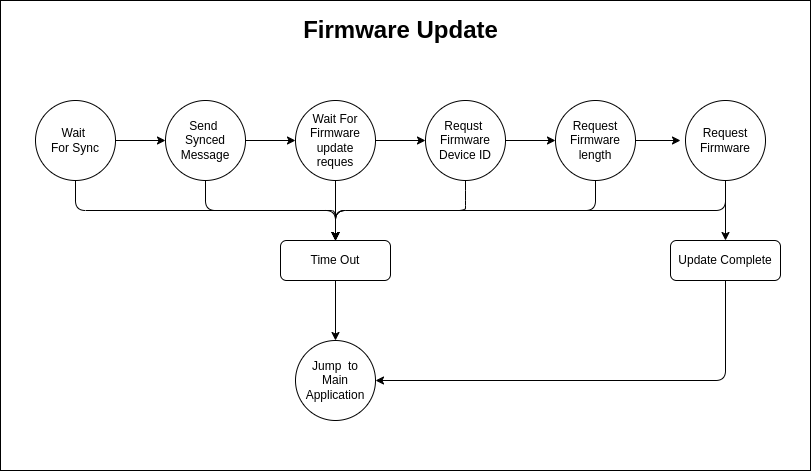
This is notes/FirmwareUpdate.png from charlesnorman/bare-metal-serias, a draw.io export, as it was before one commit. Source tidied: cells renumbered, new cells last; positions are measured from the earlier drawing's top-left corner, leaving out a move shared by most shapes. The source it was exported from:
```xml
<mxGraphModel>
  <root>
    <mxCell id="0" />
    <mxCell id="1" parent="0" />
    <mxCell id="2" style="rounded=0;whiteSpace=wrap;html=1;" parent="1" vertex="1">
      <mxGeometry width="810" height="470" as="geometry" />
    </mxCell>
    <mxCell id="3" value="Firmware Update" style="text;strokeColor=none;fillColor=none;html=1;fontSize=24;fontStyle=1;verticalAlign=middle;align=center;rounded=1;" parent="1" vertex="1">
      <mxGeometry x="350" y="10" width="100" height="40" as="geometry" />
    </mxCell>
    <mxCell id="4" style="edgeStyle=none;html=1;exitX=1;exitY=0.5;exitDx=0;exitDy=0;entryX=0;entryY=0.5;entryDx=0;entryDy=0;" parent="1" edge="1" source="6" target="9">
      <mxGeometry relative="1" as="geometry" />
    </mxCell>
    <mxCell id="5" style="edgeStyle=none;html=1;exitX=0.5;exitY=1;exitDx=0;exitDy=0;entryX=0.5;entryY=0;entryDx=0;entryDy=0;" parent="1" edge="1" source="6" target="23">
      <mxGeometry relative="1" as="geometry">
        <Array as="points">
          <mxPoint x="75" y="210" />
          <mxPoint x="335" y="210" />
        </Array>
      </mxGeometry>
    </mxCell>
    <mxCell id="6" value="Wait&amp;nbsp;&lt;br&gt;For Sync" style="ellipse;whiteSpace=wrap;html=1;rounded=1;" parent="1" vertex="1">
      <mxGeometry x="35" y="100" width="80" height="80" as="geometry" />
    </mxCell>
    <mxCell id="7" style="edgeStyle=none;html=1;exitX=1;exitY=0.5;exitDx=0;exitDy=0;entryX=0;entryY=0.5;entryDx=0;entryDy=0;" parent="1" edge="1" source="9" target="12">
      <mxGeometry relative="1" as="geometry" />
    </mxCell>
    <mxCell id="8" style="edgeStyle=none;html=1;exitX=0.5;exitY=1;exitDx=0;exitDy=0;entryX=0.5;entryY=0;entryDx=0;entryDy=0;" parent="1" edge="1" source="9" target="23">
      <mxGeometry relative="1" as="geometry">
        <Array as="points">
          <mxPoint x="205" y="210" />
          <mxPoint x="270" y="210" />
          <mxPoint x="300" y="210" />
          <mxPoint x="320" y="210" />
          <mxPoint x="335" y="210" />
        </Array>
      </mxGeometry>
    </mxCell>
    <mxCell id="9" value="Send&amp;nbsp;&lt;br&gt;Synced&lt;br&gt;Message" style="ellipse;whiteSpace=wrap;html=1;rounded=1;" parent="1" vertex="1">
      <mxGeometry x="165" y="100" width="80" height="80" as="geometry" />
    </mxCell>
    <mxCell id="10" style="edgeStyle=none;html=1;exitX=1;exitY=0.5;exitDx=0;exitDy=0;entryX=0;entryY=0.5;entryDx=0;entryDy=0;" parent="1" edge="1" source="12" target="15">
      <mxGeometry relative="1" as="geometry" />
    </mxCell>
    <mxCell id="11" style="edgeStyle=none;html=1;exitX=0.5;exitY=1;exitDx=0;exitDy=0;entryX=0.5;entryY=0;entryDx=0;entryDy=0;" parent="1" edge="1" source="12" target="23">
      <mxGeometry relative="1" as="geometry" />
    </mxCell>
    <mxCell id="12" value="Wait For&lt;br&gt;Firmware&lt;br&gt;update&lt;br&gt;reques" style="ellipse;whiteSpace=wrap;html=1;rounded=1;" parent="1" vertex="1">
      <mxGeometry x="295" y="100" width="80" height="80" as="geometry" />
    </mxCell>
    <mxCell id="13" style="edgeStyle=none;html=1;exitX=1;exitY=0.5;exitDx=0;exitDy=0;entryX=0;entryY=0.5;entryDx=0;entryDy=0;" parent="1" edge="1" source="15" target="18">
      <mxGeometry relative="1" as="geometry" />
    </mxCell>
    <mxCell id="14" style="edgeStyle=none;html=1;exitX=0.5;exitY=1;exitDx=0;exitDy=0;entryX=0.5;entryY=0;entryDx=0;entryDy=0;" parent="1" edge="1" source="15" target="23">
      <mxGeometry relative="1" as="geometry">
        <Array as="points">
          <mxPoint x="465" y="200" />
          <mxPoint x="465" y="210" />
          <mxPoint x="335" y="210" />
        </Array>
      </mxGeometry>
    </mxCell>
    <mxCell id="15" value="Requst&amp;nbsp;&lt;br&gt;Firmware&lt;br&gt;Device ID" style="ellipse;whiteSpace=wrap;html=1;rounded=1;" parent="1" vertex="1">
      <mxGeometry x="425" y="100" width="80" height="80" as="geometry" />
    </mxCell>
    <mxCell id="16" style="edgeStyle=none;html=1;exitX=1;exitY=0.5;exitDx=0;exitDy=0;" parent="1" edge="1" source="18">
      <mxGeometry relative="1" as="geometry">
        <mxPoint x="680" y="140" as="targetPoint" />
      </mxGeometry>
    </mxCell>
    <mxCell id="17" style="edgeStyle=none;html=1;exitX=0.5;exitY=1;exitDx=0;exitDy=0;entryX=0.5;entryY=0;entryDx=0;entryDy=0;" parent="1" edge="1" source="18" target="23">
      <mxGeometry relative="1" as="geometry">
        <Array as="points">
          <mxPoint x="595" y="210" />
          <mxPoint x="335" y="210" />
        </Array>
      </mxGeometry>
    </mxCell>
    <mxCell id="18" value="Request&lt;br&gt;Firmware&lt;br&gt;length" style="ellipse;whiteSpace=wrap;html=1;rounded=1;" parent="1" vertex="1">
      <mxGeometry x="555" y="100" width="80" height="80" as="geometry" />
    </mxCell>
    <mxCell id="19" style="edgeStyle=none;html=1;exitX=0.5;exitY=1;exitDx=0;exitDy=0;entryX=0.5;entryY=0;entryDx=0;entryDy=0;" parent="1" edge="1" source="21" target="23">
      <mxGeometry relative="1" as="geometry">
        <Array as="points">
          <mxPoint x="725" y="210" />
          <mxPoint x="335" y="210" />
        </Array>
      </mxGeometry>
    </mxCell>
    <mxCell id="20" style="edgeStyle=none;html=1;exitX=0.5;exitY=1;exitDx=0;exitDy=0;" parent="1" edge="1" source="21" target="26">
      <mxGeometry relative="1" as="geometry" />
    </mxCell>
    <mxCell id="21" value="Request&lt;br&gt;Firmware" style="ellipse;whiteSpace=wrap;html=1;rounded=1;" parent="1" vertex="1">
      <mxGeometry x="685" y="100" width="80" height="80" as="geometry" />
    </mxCell>
    <mxCell id="22" style="edgeStyle=none;html=1;exitX=0.5;exitY=1;exitDx=0;exitDy=0;entryX=0.5;entryY=0;entryDx=0;entryDy=0;" parent="1" edge="1" source="23" target="24">
      <mxGeometry relative="1" as="geometry" />
    </mxCell>
    <mxCell id="23" value="Time Out" style="rounded=1;whiteSpace=wrap;html=1;" parent="1" vertex="1">
      <mxGeometry x="280" y="240" width="110" height="40" as="geometry" />
    </mxCell>
    <mxCell id="24" value="Jump&amp;nbsp; to&lt;br&gt;Main&lt;br&gt;Application" style="ellipse;whiteSpace=wrap;html=1;rounded=1;" parent="1" vertex="1">
      <mxGeometry x="295" y="340" width="80" height="80" as="geometry" />
    </mxCell>
    <mxCell id="25" style="edgeStyle=none;html=1;exitX=0.5;exitY=1;exitDx=0;exitDy=0;entryX=1;entryY=0.5;entryDx=0;entryDy=0;" parent="1" edge="1" source="26" target="24">
      <mxGeometry relative="1" as="geometry">
        <Array as="points">
          <mxPoint x="725" y="380" />
        </Array>
      </mxGeometry>
    </mxCell>
    <mxCell id="26" value="Update Complete" style="rounded=1;whiteSpace=wrap;html=1;" parent="1" vertex="1">
      <mxGeometry x="670" y="240" width="110" height="40" as="geometry" />
    </mxCell>
  </root>
</mxGraphModel>
```
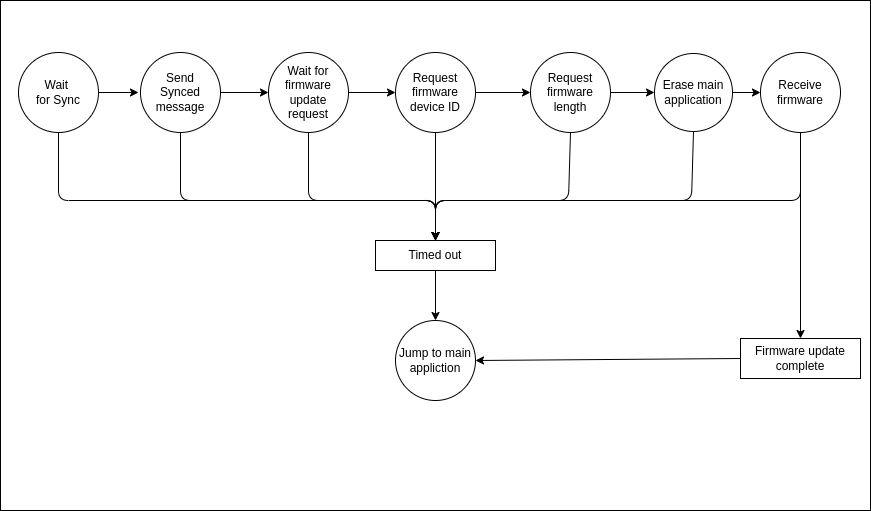
After the change.

The edit, as a diff of the source:
```diff
@@ -2,115 +2,119 @@
   <root>
     <mxCell id="0" />
     <mxCell id="1" parent="0" />
-    <mxCell id="2" style="rounded=0;whiteSpace=wrap;html=1;" parent="1" vertex="1">
-      <mxGeometry width="810" height="470" as="geometry" />
-    </mxCell>
+    <mxCell id="24" style="rounded=0;whiteSpace=wrap;html=1;" parent="1" vertex="1">
+      <mxGeometry x="-20" y="20" width="870" height="510" as="geometry" />
+    </mxCell>
+    <mxCell id="12" style="edgeStyle=none;html=1;exitX=0.5;exitY=1;exitDx=0;exitDy=0;entryX=0.5;entryY=0;entryDx=0;entryDy=0;" parent="1" edge="1" source="3" target="34">
+      <mxGeometry relative="1" as="geometry">
+        <Array as="points">
+          <mxPoint x="38" y="220" />
+          <mxPoint x="415" y="220" />
+        </Array>
+      </mxGeometry>
+    </mxCell>
+    <mxCell id="23" style="edgeStyle=none;html=1;exitX=1;exitY=0.5;exitDx=0;exitDy=0;" parent="1" edge="1" source="3">
+      <mxGeometry relative="1" as="geometry">
+        <mxPoint x="118" y="112" as="targetPoint" />
+      </mxGeometry>
+    </mxCell>
-    <mxCell id="3" value="Firmware Update" style="text;strokeColor=none;fillColor=none;html=1;fontSize=24;fontStyle=1;verticalAlign=middle;align=center;rounded=1;" parent="1" vertex="1">
-      <mxGeometry x="350" y="10" width="100" height="40" as="geometry" />
+    <mxCell id="3" value="Wait&amp;nbsp;&lt;br&gt;for Sync" style="ellipse;whiteSpace=wrap;html=1;" parent="1" vertex="1">
+      <mxGeometry x="-2" y="72" width="80" height="80" as="geometry" />
     </mxCell>
+    <mxCell id="15" style="edgeStyle=none;html=1;entryX=0.5;entryY=0;entryDx=0;entryDy=0;" parent="1" edge="1" source="28" target="34">
+      <mxGeometry relative="1" as="geometry">
+        <Array as="points">
+          <mxPoint x="160" y="220" />
+          <mxPoint x="415" y="220" />
+        </Array>
+      </mxGeometry>
+    </mxCell>
+    <mxCell id="27" style="edgeStyle=none;html=1;exitX=1;exitY=0.5;exitDx=0;exitDy=0;entryX=0;entryY=0.5;entryDx=0;entryDy=0;" parent="1" edge="1" source="28" target="29">
+      <mxGeometry relative="1" as="geometry" />
+    </mxCell>
+    <mxCell id="28" value="Send&lt;br&gt;Synced&lt;br&gt;message" style="ellipse;whiteSpace=wrap;html=1;" parent="1" vertex="1">
+      <mxGeometry x="120" y="72" width="80" height="80" as="geometry" />
+    </mxCell>
+    <mxCell id="21" style="edgeStyle=none;html=1;entryX=0.5;entryY=0;entryDx=0;entryDy=0;exitX=0.5;exitY=1;exitDx=0;exitDy=0;" parent="1" edge="1" source="29" target="34">
+      <mxGeometry relative="1" as="geometry">
+        <Array as="points">
+          <mxPoint x="288" y="220" />
+          <mxPoint x="415" y="220" />
+        </Array>
+      </mxGeometry>
+    </mxCell>
+    <mxCell id="17" style="edgeStyle=none;html=1;exitX=1;exitY=0.5;exitDx=0;exitDy=0;entryX=0;entryY=0.5;entryDx=0;entryDy=0;" parent="1" edge="1" source="29" target="36">
+      <mxGeometry relative="1" as="geometry" />
+    </mxCell>
+    <mxCell id="29" value="Wait for&lt;br&gt;firmware&lt;br&gt;update&lt;br&gt;request" style="ellipse;whiteSpace=wrap;html=1;" parent="1" vertex="1">
+      <mxGeometry x="248" y="72" width="80" height="80" as="geometry" />
+    </mxCell>
+    <mxCell id="18" style="edgeStyle=none;html=1;exitX=0.5;exitY=1;exitDx=0;exitDy=0;entryX=0.5;entryY=0;entryDx=0;entryDy=0;" parent="1" edge="1" source="31" target="34">
+      <mxGeometry relative="1" as="geometry">
+        <Array as="points">
+          <mxPoint x="548" y="220" />
+          <mxPoint x="476" y="220" />
+          <mxPoint x="415" y="220" />
+        </Array>
+      </mxGeometry>
+    </mxCell>
+    <mxCell id="30" style="edgeStyle=none;html=1;exitX=1;exitY=0.5;exitDx=0;exitDy=0;entryX=0;entryY=0.5;entryDx=0;entryDy=0;" parent="1" edge="1" source="31" target="32">
+      <mxGeometry relative="1" as="geometry" />
+    </mxCell>
+    <mxCell id="31" value="Request&lt;br&gt;firmware&lt;br&gt;length" style="ellipse;whiteSpace=wrap;html=1;" parent="1" vertex="1">
+      <mxGeometry x="510" y="72" width="80" height="80" as="geometry" />
+    </mxCell>
-    <mxCell id="4" style="edgeStyle=none;html=1;exitX=1;exitY=0.5;exitDx=0;exitDy=0;entryX=0;entryY=0.5;entryDx=0;entryDy=0;" parent="1" edge="1" source="6" target="9">
-      <mxGeometry relative="1" as="geometry" />
+    <mxCell id="4" style="edgeStyle=none;html=1;exitX=0.5;exitY=1;exitDx=0;exitDy=0;entryX=0.5;entryY=0;entryDx=0;entryDy=0;" parent="1" edge="1" source="32" target="34">
+      <mxGeometry relative="1" as="geometry">
+        <Array as="points">
+          <mxPoint x="671" y="220" />
+          <mxPoint x="415" y="220" />
+        </Array>
+      </mxGeometry>
     </mxCell>
-    <mxCell id="5" style="edgeStyle=none;html=1;exitX=0.5;exitY=1;exitDx=0;exitDy=0;entryX=0.5;entryY=0;entryDx=0;entryDy=0;" parent="1" edge="1" source="6" target="23">
-      <mxGeometry relative="1" as="geometry">
-        <Array as="points">
-          <mxPoint x="75" y="210" />
-          <mxPoint x="335" y="210" />
-        </Array>
-      </mxGeometry>
-    </mxCell>
-    <mxCell id="6" value="Wait&amp;nbsp;&lt;br&gt;For Sync" style="ellipse;whiteSpace=wrap;html=1;rounded=1;" parent="1" vertex="1">
-      <mxGeometry x="35" y="100" width="80" height="80" as="geometry" />
-    </mxCell>
+    <mxCell id="14" style="edgeStyle=none;html=1;exitX=1;exitY=0.5;exitDx=0;exitDy=0;entryX=0;entryY=0.5;entryDx=0;entryDy=0;" parent="1" edge="1" source="32" target="33">
+      <mxGeometry relative="1" as="geometry" />
+    </mxCell>
+    <mxCell id="32" value="Erase main&lt;br&gt;application" style="ellipse;whiteSpace=wrap;html=1;" parent="1" vertex="1">
+      <mxGeometry x="634" y="73" width="78" height="78" as="geometry" />
+    </mxCell>
-    <mxCell id="7" style="edgeStyle=none;html=1;exitX=1;exitY=0.5;exitDx=0;exitDy=0;entryX=0;entryY=0.5;entryDx=0;entryDy=0;" parent="1" edge="1" source="9" target="12">
-      <mxGeometry relative="1" as="geometry" />
+    <mxCell id="7" style="edgeStyle=none;html=1;exitX=0.5;exitY=1;exitDx=0;exitDy=0;entryX=0.5;entryY=0;entryDx=0;entryDy=0;" parent="1" edge="1" source="33" target="34">
+      <mxGeometry relative="1" as="geometry">
+        <Array as="points">
+          <mxPoint x="780" y="220" />
+          <mxPoint x="415" y="220" />
+        </Array>
+      </mxGeometry>
     </mxCell>
-    <mxCell id="8" style="edgeStyle=none;html=1;exitX=0.5;exitY=1;exitDx=0;exitDy=0;entryX=0.5;entryY=0;entryDx=0;entryDy=0;" parent="1" edge="1" source="9" target="23">
-      <mxGeometry relative="1" as="geometry">
-        <Array as="points">
-          <mxPoint x="205" y="210" />
-          <mxPoint x="270" y="210" />
-          <mxPoint x="300" y="210" />
-          <mxPoint x="320" y="210" />
-          <mxPoint x="335" y="210" />
-        </Array>
-      </mxGeometry>
-    </mxCell>
+    <mxCell id="10" style="edgeStyle=none;html=1;exitX=0.5;exitY=1;exitDx=0;exitDy=0;" parent="1" edge="1" source="33" target="35">
+      <mxGeometry relative="1" as="geometry" />
+    </mxCell>
+    <mxCell id="33" value="Receive&lt;br&gt;firmware" style="ellipse;whiteSpace=wrap;html=1;" parent="1" vertex="1">
+      <mxGeometry x="740" y="72" width="80" height="80" as="geometry" />
+    </mxCell>
+    <mxCell id="13" style="edgeStyle=none;html=1;exitX=0.5;exitY=1;exitDx=0;exitDy=0;" parent="1" edge="1" source="34" target="9">
+      <mxGeometry relative="1" as="geometry" />
+    </mxCell>
+    <mxCell id="34" value="Timed out" style="rounded=0;whiteSpace=wrap;html=1;" parent="1" vertex="1">
+      <mxGeometry x="355" y="260" width="120" height="30" as="geometry" />
+    </mxCell>
+    <mxCell id="16" style="edgeStyle=none;html=1;exitX=0;exitY=0.5;exitDx=0;exitDy=0;entryX=1;entryY=0.5;entryDx=0;entryDy=0;" parent="1" edge="1" source="35" target="9">
+      <mxGeometry relative="1" as="geometry" />
+    </mxCell>
+    <mxCell id="35" value="Firmware update&lt;br&gt;complete" style="rounded=0;whiteSpace=wrap;html=1;" parent="1" vertex="1">
+      <mxGeometry x="720" y="358" width="120" height="40" as="geometry" />
+    </mxCell>
-    <mxCell id="9" value="Send&amp;nbsp;&lt;br&gt;Synced&lt;br&gt;Message" style="ellipse;whiteSpace=wrap;html=1;rounded=1;" parent="1" vertex="1">
-      <mxGeometry x="165" y="100" width="80" height="80" as="geometry" />
+    <mxCell id="9" value="Jump to main&lt;br&gt;appliction" style="ellipse;whiteSpace=wrap;html=1;" parent="1" vertex="1">
+      <mxGeometry x="375" y="340" width="80" height="80" as="geometry" />
     </mxCell>
-    <mxCell id="10" style="edgeStyle=none;html=1;exitX=1;exitY=0.5;exitDx=0;exitDy=0;entryX=0;entryY=0.5;entryDx=0;entryDy=0;" parent="1" edge="1" source="12" target="15">
-      <mxGeometry relative="1" as="geometry" />
-    </mxCell>
+    <mxCell id="19" style="edgeStyle=none;html=1;entryX=0;entryY=0.5;entryDx=0;entryDy=0;" parent="1" edge="1" source="36" target="31">
+      <mxGeometry relative="1" as="geometry" />
+    </mxCell>
-    <mxCell id="11" style="edgeStyle=none;html=1;exitX=0.5;exitY=1;exitDx=0;exitDy=0;entryX=0.5;entryY=0;entryDx=0;entryDy=0;" parent="1" edge="1" source="12" target="23">
+    <mxCell id="11" style="edgeStyle=none;html=1;entryX=0.5;entryY=0;entryDx=0;entryDy=0;" parent="1" edge="1" source="36" target="34">
       <mxGeometry relative="1" as="geometry" />
     </mxCell>
-    <mxCell id="12" value="Wait For&lt;br&gt;Firmware&lt;br&gt;update&lt;br&gt;reques" style="ellipse;whiteSpace=wrap;html=1;rounded=1;" parent="1" vertex="1">
-      <mxGeometry x="295" y="100" width="80" height="80" as="geometry" />
-    </mxCell>
-    <mxCell id="13" style="edgeStyle=none;html=1;exitX=1;exitY=0.5;exitDx=0;exitDy=0;entryX=0;entryY=0.5;entryDx=0;entryDy=0;" parent="1" edge="1" source="15" target="18">
-      <mxGeometry relative="1" as="geometry" />
-    </mxCell>
-    <mxCell id="14" style="edgeStyle=none;html=1;exitX=0.5;exitY=1;exitDx=0;exitDy=0;entryX=0.5;entryY=0;entryDx=0;entryDy=0;" parent="1" edge="1" source="15" target="23">
-      <mxGeometry relative="1" as="geometry">
-        <Array as="points">
-          <mxPoint x="465" y="200" />
-          <mxPoint x="465" y="210" />
-          <mxPoint x="335" y="210" />
-        </Array>
-      </mxGeometry>
-    </mxCell>
-    <mxCell id="15" value="Requst&amp;nbsp;&lt;br&gt;Firmware&lt;br&gt;Device ID" style="ellipse;whiteSpace=wrap;html=1;rounded=1;" parent="1" vertex="1">
-      <mxGeometry x="425" y="100" width="80" height="80" as="geometry" />
-    </mxCell>
-    <mxCell id="16" style="edgeStyle=none;html=1;exitX=1;exitY=0.5;exitDx=0;exitDy=0;" parent="1" edge="1" source="18">
-      <mxGeometry relative="1" as="geometry">
-        <mxPoint x="680" y="140" as="targetPoint" />
-      </mxGeometry>
-    </mxCell>
-    <mxCell id="17" style="edgeStyle=none;html=1;exitX=0.5;exitY=1;exitDx=0;exitDy=0;entryX=0.5;entryY=0;entryDx=0;entryDy=0;" parent="1" edge="1" source="18" target="23">
-      <mxGeometry relative="1" as="geometry">
-        <Array as="points">
-          <mxPoint x="595" y="210" />
-          <mxPoint x="335" y="210" />
-        </Array>
-      </mxGeometry>
-    </mxCell>
-    <mxCell id="18" value="Request&lt;br&gt;Firmware&lt;br&gt;length" style="ellipse;whiteSpace=wrap;html=1;rounded=1;" parent="1" vertex="1">
-      <mxGeometry x="555" y="100" width="80" height="80" as="geometry" />
-    </mxCell>
-    <mxCell id="19" style="edgeStyle=none;html=1;exitX=0.5;exitY=1;exitDx=0;exitDy=0;entryX=0.5;entryY=0;entryDx=0;entryDy=0;" parent="1" edge="1" source="21" target="23">
-      <mxGeometry relative="1" as="geometry">
-        <Array as="points">
-          <mxPoint x="725" y="210" />
-          <mxPoint x="335" y="210" />
-        </Array>
-      </mxGeometry>
-    </mxCell>
-    <mxCell id="20" style="edgeStyle=none;html=1;exitX=0.5;exitY=1;exitDx=0;exitDy=0;" parent="1" edge="1" source="21" target="26">
-      <mxGeometry relative="1" as="geometry" />
-    </mxCell>
-    <mxCell id="21" value="Request&lt;br&gt;Firmware" style="ellipse;whiteSpace=wrap;html=1;rounded=1;" parent="1" vertex="1">
-      <mxGeometry x="685" y="100" width="80" height="80" as="geometry" />
-    </mxCell>
-    <mxCell id="22" style="edgeStyle=none;html=1;exitX=0.5;exitY=1;exitDx=0;exitDy=0;entryX=0.5;entryY=0;entryDx=0;entryDy=0;" parent="1" edge="1" source="23" target="24">
-      <mxGeometry relative="1" as="geometry" />
-    </mxCell>
-    <mxCell id="23" value="Time Out" style="rounded=1;whiteSpace=wrap;html=1;" parent="1" vertex="1">
-      <mxGeometry x="280" y="240" width="110" height="40" as="geometry" />
-    </mxCell>
-    <mxCell id="24" value="Jump&amp;nbsp; to&lt;br&gt;Main&lt;br&gt;Application" style="ellipse;whiteSpace=wrap;html=1;rounded=1;" parent="1" vertex="1">
-      <mxGeometry x="295" y="340" width="80" height="80" as="geometry" />
-    </mxCell>
-    <mxCell id="25" style="edgeStyle=none;html=1;exitX=0.5;exitY=1;exitDx=0;exitDy=0;entryX=1;entryY=0.5;entryDx=0;entryDy=0;" parent="1" edge="1" source="26" target="24">
-      <mxGeometry relative="1" as="geometry">
-        <Array as="points">
-          <mxPoint x="725" y="380" />
-        </Array>
-      </mxGeometry>
-    </mxCell>
-    <mxCell id="26" value="Update Complete" style="rounded=1;whiteSpace=wrap;html=1;" parent="1" vertex="1">
-      <mxGeometry x="670" y="240" width="110" height="40" as="geometry" />
-    </mxCell>
+    <mxCell id="36" value="Request&lt;br&gt;firmware&lt;br&gt;device ID" style="ellipse;whiteSpace=wrap;html=1;" parent="1" vertex="1">
+      <mxGeometry x="375" y="72" width="80" height="80" as="geometry" />
+    </mxCell>
   </root>
 </mxGraphModel>
```
